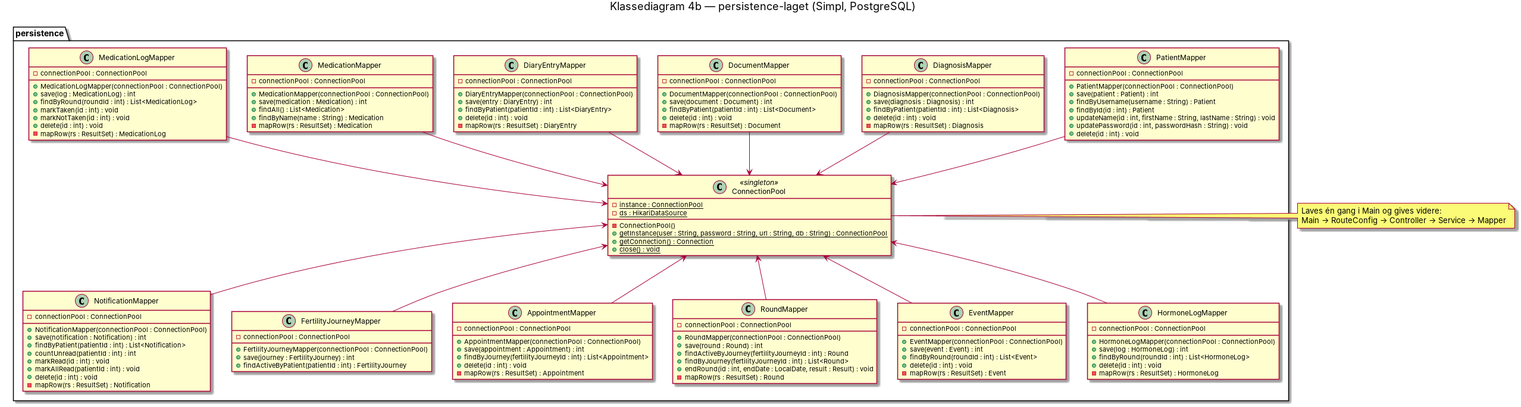
Earlier version of the PlantUML export doc/static/Klassediagram4b.png (BesimaP/Simpl-PET-project). Its source is kept beside it as doc/static/Klassediagram4b.puml.
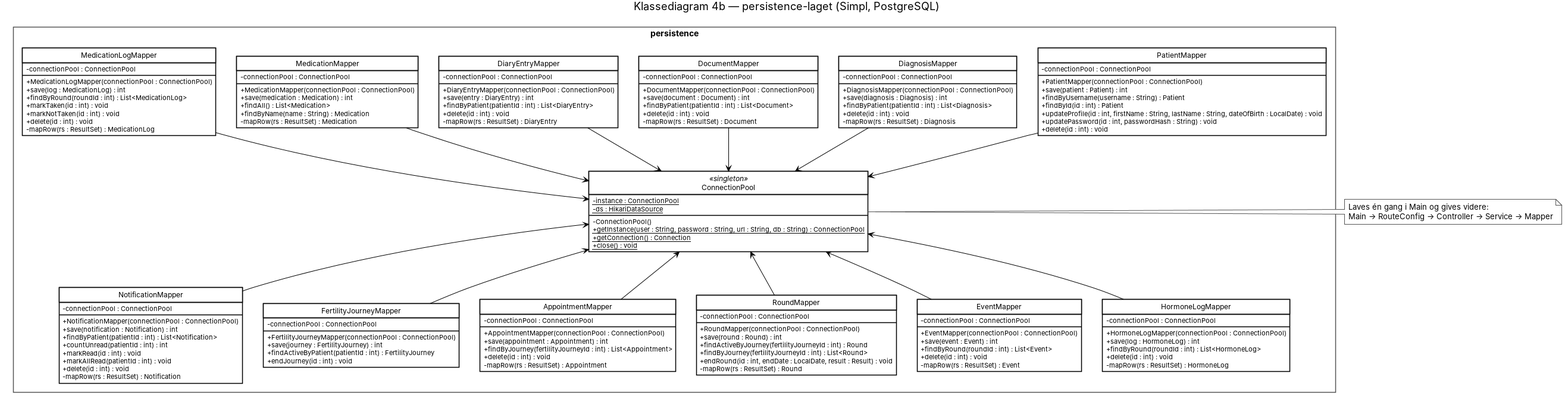
After the change.

What changed in the source:
```diff
@@ -1,5 +1,20 @@
 @startuml
 !pragma layout smetana
+
+skinparam shadowing false
+skinparam classAttributeIconSize 0
+skinparam classBackgroundColor white
+skinparam classBorderColor black
+skinparam classHeaderBackgroundColor white
+skinparam packageBackgroundColor white
+skinparam packageBorderColor #555555
+skinparam packageStyle rectangle
+skinparam noteBackgroundColor white
+skinparam noteBorderColor #555555
+skinparam ArrowColor black
+skinparam enumBackgroundColor white
+skinparam enumBorderColor black
+hide circle
 
 title Klassediagram 4b — persistence-laget (Simpl, PostgreSQL)
 
@@ -20,7 +35,7 @@
     + save(patient : Patient) : int
     + findByUsername(username : String) : Patient
     + findById(id : int) : Patient
-    + updateName(id : int, firstName : String, lastName : String) : void
+    + updateProfile(id : int, firstName : String, lastName : String, dateOfBirth : LocalDate) : void
     + updatePassword(id : int, passwordHash : String) : void
     + delete(id : int) : void
   }
@@ -69,6 +84,7 @@
     + FertilityJourneyMapper(connectionPool : ConnectionPool)
     + save(journey : FertilityJourney) : int
     + findActiveByPatient(patientId : int) : FertilityJourney
+    + endJourney(id : int) : void
   }
 
   class AppointmentMapper {
```
